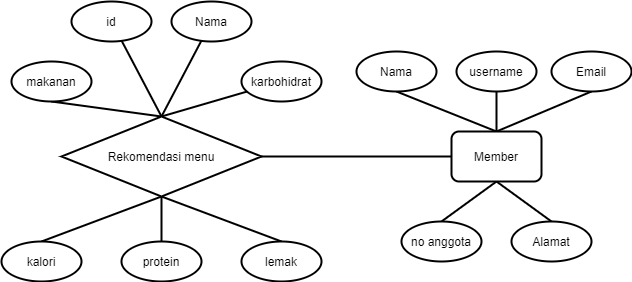
The draw.io diagram assets/Design Perancangan-ERD Menu.png in wrochcode/tugasakhir, before a commit. Source tidied: cells renumbered, new cells last; positions are measured from the earlier drawing's top-left corner, leaving out a move shared by most shapes. Source of this version:
```xml
<mxGraphModel>
  <root>
    <mxCell id="0" />
    <mxCell id="1" parent="0" />
    <mxCell id="2" style="rounded=0;jettySize=auto;html=1;endArrow=none;endFill=0;strokeWidth=2;exitX=0.5;exitY=0;exitDx=0;exitDy=0;" parent="1" edge="1" source="9" target="10">
      <mxGeometry relative="1" as="geometry" />
    </mxCell>
    <mxCell id="3" style="edgeStyle=none;rounded=0;jettySize=auto;html=1;endArrow=none;endFill=0;strokeWidth=2;exitX=0.5;exitY=0;exitDx=0;exitDy=0;" parent="1" edge="1" source="9" target="11">
      <mxGeometry relative="1" as="geometry" />
    </mxCell>
    <mxCell id="4" style="edgeStyle=none;rounded=0;jettySize=auto;html=1;endArrow=none;endFill=0;strokeWidth=2;exitX=0.5;exitY=0;exitDx=0;exitDy=0;" parent="1" edge="1" source="9" target="13">
      <mxGeometry relative="1" as="geometry" />
    </mxCell>
    <mxCell id="5" style="edgeStyle=none;rounded=0;jettySize=auto;html=1;entryX=0.5;entryY=0;entryDx=0;entryDy=0;endArrow=none;endFill=0;strokeWidth=2;exitX=0.5;exitY=1;exitDx=0;exitDy=0;" parent="1" edge="1" source="9" target="14">
      <mxGeometry relative="1" as="geometry" />
    </mxCell>
    <mxCell id="6" style="edgeStyle=none;rounded=0;jettySize=auto;html=1;entryX=0.5;entryY=0;entryDx=0;entryDy=0;endArrow=none;endFill=0;strokeWidth=2;exitX=0.5;exitY=1;exitDx=0;exitDy=0;" parent="1" edge="1" source="9" target="15">
      <mxGeometry relative="1" as="geometry" />
    </mxCell>
    <mxCell id="7" style="edgeStyle=none;rounded=0;jettySize=auto;html=1;entryX=0.5;entryY=0;entryDx=0;entryDy=0;endArrow=none;endFill=0;strokeWidth=2;exitX=0.5;exitY=1;exitDx=0;exitDy=0;" parent="1" edge="1" source="9" target="12">
      <mxGeometry relative="1" as="geometry" />
    </mxCell>
    <mxCell id="8" style="edgeStyle=none;rounded=0;jettySize=auto;html=1;entryX=0.5;entryY=1;entryDx=0;entryDy=0;endArrow=none;endFill=0;strokeWidth=2;exitX=0.5;exitY=0;exitDx=0;exitDy=0;" parent="1" edge="1" source="9" target="27">
      <mxGeometry relative="1" as="geometry" />
    </mxCell>
    <mxCell id="9" value="&lt;font style=&quot;font-size: 12px&quot;&gt;Rekomendasi menu&lt;/font&gt;" style="rhombus;whiteSpace=wrap;html=1;strokeWidth=2;" parent="1" vertex="1">
      <mxGeometry x="60" y="115" width="200" height="80" as="geometry" />
    </mxCell>
    <mxCell id="10" value="id" style="ellipse;whiteSpace=wrap;html=1;strokeWidth=2;" parent="1" vertex="1">
      <mxGeometry x="70" width="80" height="40" as="geometry" />
    </mxCell>
    <mxCell id="11" value="Nama" style="ellipse;whiteSpace=wrap;html=1;strokeWidth=2;" parent="1" vertex="1">
      <mxGeometry x="170" width="80" height="40" as="geometry" />
    </mxCell>
    <mxCell id="12" value="kalori" style="ellipse;whiteSpace=wrap;html=1;strokeWidth=2;" parent="1" vertex="1">
      <mxGeometry y="240" width="80" height="40" as="geometry" />
    </mxCell>
    <mxCell id="13" value="karbohidrat" style="ellipse;whiteSpace=wrap;html=1;strokeWidth=2;" parent="1" vertex="1">
      <mxGeometry x="240" y="60" width="80" height="40" as="geometry" />
    </mxCell>
    <mxCell id="14" value="lemak" style="ellipse;whiteSpace=wrap;html=1;strokeWidth=2;" parent="1" vertex="1">
      <mxGeometry x="240" y="240" width="80" height="40" as="geometry" />
    </mxCell>
    <mxCell id="15" value="protein" style="ellipse;whiteSpace=wrap;html=1;strokeWidth=2;" parent="1" vertex="1">
      <mxGeometry x="120" y="240" width="80" height="40" as="geometry" />
    </mxCell>
    <mxCell id="16" style="edgeStyle=none;rounded=0;jettySize=auto;html=1;endArrow=none;endFill=0;strokeWidth=2;" parent="1" edge="1" source="22" target="9">
      <mxGeometry relative="1" as="geometry" />
    </mxCell>
    <mxCell id="17" style="edgeStyle=none;rounded=0;jettySize=auto;html=1;entryX=0.5;entryY=1;entryDx=0;entryDy=0;endArrow=none;endFill=0;strokeWidth=2;exitX=0.5;exitY=0;exitDx=0;exitDy=0;" parent="1" edge="1" source="22" target="23">
      <mxGeometry relative="1" as="geometry" />
    </mxCell>
    <mxCell id="18" style="edgeStyle=none;rounded=0;jettySize=auto;html=1;entryX=0.5;entryY=1;entryDx=0;entryDy=0;endArrow=none;endFill=0;strokeWidth=2;exitX=0.5;exitY=0;exitDx=0;exitDy=0;" parent="1" edge="1" source="22" target="24">
      <mxGeometry relative="1" as="geometry" />
    </mxCell>
    <mxCell id="19" style="edgeStyle=none;rounded=0;jettySize=auto;html=1;entryX=0.5;entryY=0;entryDx=0;entryDy=0;endArrow=none;endFill=0;strokeWidth=2;exitX=0.5;exitY=1;exitDx=0;exitDy=0;" parent="1" edge="1" source="22" target="25">
      <mxGeometry relative="1" as="geometry" />
    </mxCell>
    <mxCell id="20" style="edgeStyle=none;rounded=0;jettySize=auto;html=1;entryX=0.5;entryY=0;entryDx=0;entryDy=0;endArrow=none;endFill=0;strokeWidth=2;exitX=0.5;exitY=1;exitDx=0;exitDy=0;" parent="1" edge="1" source="22" target="26">
      <mxGeometry relative="1" as="geometry" />
    </mxCell>
    <mxCell id="21" style="edgeStyle=none;rounded=0;jettySize=auto;html=1;entryX=0.5;entryY=1;entryDx=0;entryDy=0;endArrow=none;endFill=0;strokeWidth=2;" parent="1" edge="1" source="22" target="28">
      <mxGeometry relative="1" as="geometry" />
    </mxCell>
    <mxCell id="22" value="Member" style="rounded=1;whiteSpace=wrap;html=1;strokeWidth=2;" parent="1" vertex="1">
      <mxGeometry x="450" y="130" width="90" height="50" as="geometry" />
    </mxCell>
    <mxCell id="23" value="Nama" style="ellipse;whiteSpace=wrap;html=1;strokeWidth=2;" parent="1" vertex="1">
      <mxGeometry x="355" y="50" width="80" height="40" as="geometry" />
    </mxCell>
    <mxCell id="24" value="Email" style="ellipse;whiteSpace=wrap;html=1;strokeWidth=2;" parent="1" vertex="1">
      <mxGeometry x="550" y="50" width="80" height="40" as="geometry" />
    </mxCell>
    <mxCell id="25" value="Alamat" style="ellipse;whiteSpace=wrap;html=1;strokeWidth=2;" parent="1" vertex="1">
      <mxGeometry x="510" y="220" width="80" height="40" as="geometry" />
    </mxCell>
    <mxCell id="26" value="no anggota" style="ellipse;whiteSpace=wrap;html=1;strokeWidth=2;" parent="1" vertex="1">
      <mxGeometry x="400" y="220" width="80" height="40" as="geometry" />
    </mxCell>
    <mxCell id="27" value="makanan" style="ellipse;whiteSpace=wrap;html=1;strokeWidth=2;" parent="1" vertex="1">
      <mxGeometry x="10" y="60" width="80" height="40" as="geometry" />
    </mxCell>
    <mxCell id="28" value="username" style="ellipse;whiteSpace=wrap;html=1;strokeWidth=2;" parent="1" vertex="1">
      <mxGeometry x="455" y="50" width="80" height="40" as="geometry" />
    </mxCell>
  </root>
</mxGraphModel>
```
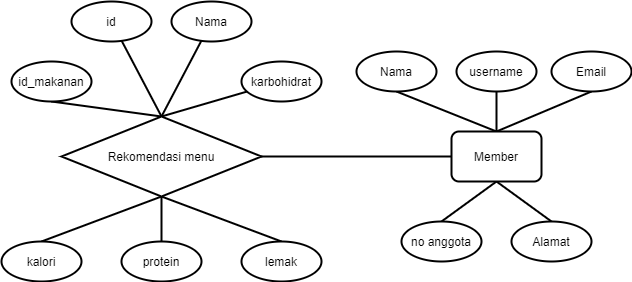
After the commit.

The edit, as a diff of the source:
```diff
@@ -77,7 +77,7 @@
     <mxCell id="26" value="no anggota" style="ellipse;whiteSpace=wrap;html=1;strokeWidth=2;" parent="1" vertex="1">
       <mxGeometry x="400" y="220" width="80" height="40" as="geometry" />
     </mxCell>
-    <mxCell id="27" value="makanan" style="ellipse;whiteSpace=wrap;html=1;strokeWidth=2;" parent="1" vertex="1">
+    <mxCell id="27" value="id_makanan" style="ellipse;whiteSpace=wrap;html=1;strokeWidth=2;" parent="1" vertex="1">
       <mxGeometry x="10" y="60" width="80" height="40" as="geometry" />
     </mxCell>
     <mxCell id="28" value="username" style="ellipse;whiteSpace=wrap;html=1;strokeWidth=2;" parent="1" vertex="1">
```
